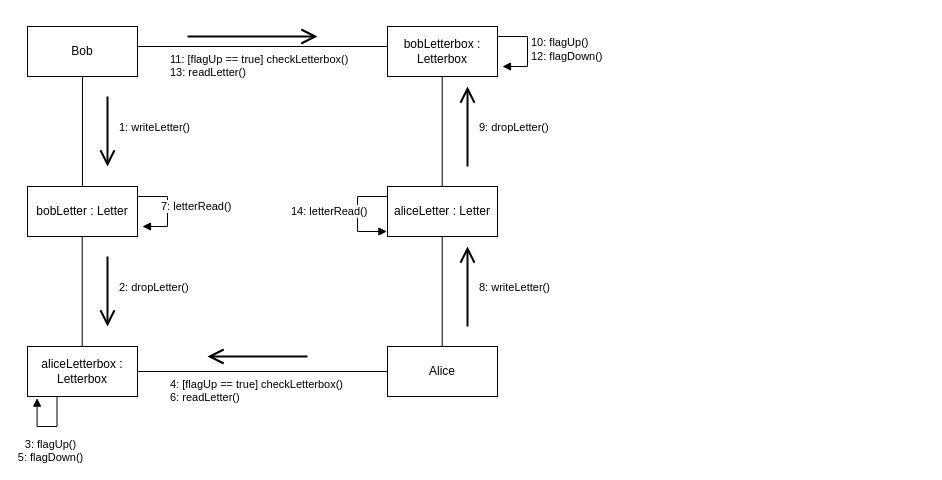
This is UML diagrams/Source files/4-communications-diagram.drawio from JoanneHelenMana/AT2-POR-Task-2, a draw.io file, before an edit. Source tidied: cells renumbered, new cells numbered last; positions are measured from the earlier drawing's top-left corner, leaving out a move shared by most shapes. Both pictures are drawn from the tidied source at 100%, with x=0, y=0 at pixel (27, 26).
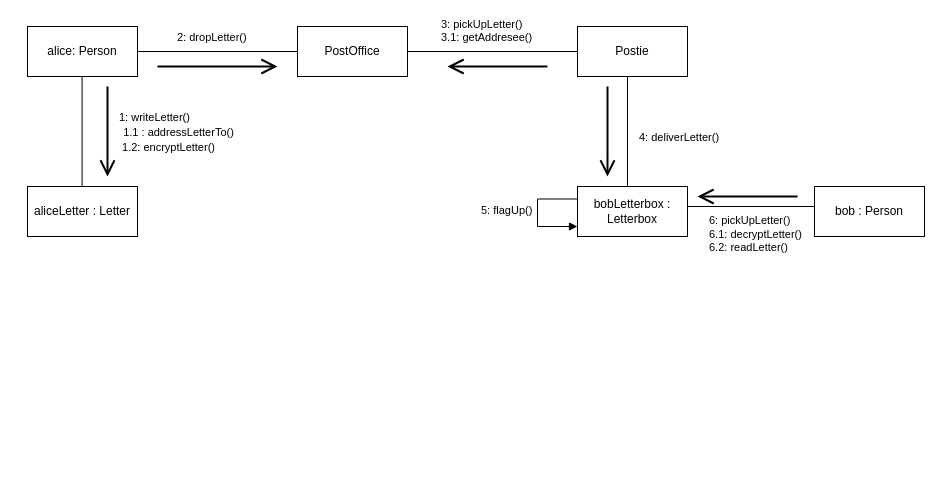
After the change.

Change to the diagram source:
```diff
@@
-    <mxCell id="2" value="Bob" style="html=1;whiteSpace=wrap;" parent="1" vertex="1">
+    <mxCell id="2" value="alice: Person" style="html=1;whiteSpace=wrap;" parent="1" vertex="1">
       <mxGeometry width="110" height="50" as="geometry" />
     </mxCell>
-    <mxCell id="3" value="bobLetter : Letter" style="html=1;whiteSpace=wrap;" parent="1" vertex="1">
+    <mxCell id="3" value="aliceLetter : Letter" style="html=1;whiteSpace=wrap;" parent="1" vertex="1">
       <mxGeometry y="160" width="110" height="50" as="geometry" />
     </mxCell>
-    <mxCell id="4" value="1: writeLetter()" style="endArrow=none;html=1;endSize=12;startArrow=none;startSize=14;startFill=0;edgeStyle=orthogonalEdgeStyle;align=left;verticalAlign=bottom;rounded=0;exitX=0.5;exitY=1;exitDx=0;exitDy=0;strokeColor=default;endFill=0;" parent="1" edge="1" source="2" target="3">
-      <mxGeometry x="0.09" y="35" relative="1" as="geometry" />
+    <mxCell id="4" value="1: writeLetter()" style="endArrow=none;html=1;endSize=12;startArrow=none;startSize=14;startFill=0;edgeStyle=orthogonalEdgeStyle;align=left;verticalAlign=bottom;rounded=0;exitX=0.5;exitY=1;exitDx=0;exitDy=0;strokeColor=default;endFill=0;" parent="1" edge="1">
+      <mxGeometry x="-0.09" y="35" relative="1" as="geometry">
+        <mxPoint x="54.6" y="50" as="sourcePoint" />
+        <mxPoint x="54.6" y="160" as="targetPoint" />
+      </mxGeometry>
     </mxCell>
-    <mxCell id="5" value="aliceLetterbox : Letterbox" style="html=1;whiteSpace=wrap;" parent="1" vertex="1">
-      <mxGeometry y="320" width="110" height="50" as="geometry" />
-    </mxCell>
-    <mxCell id="6" value="2: dropLetter()" style="endArrow=none;html=1;endSize=12;startArrow=none;startSize=14;startFill=0;edgeStyle=orthogonalEdgeStyle;align=left;verticalAlign=bottom;rounded=0;exitX=0.5;exitY=1;exitDx=0;exitDy=0;strokeColor=default;endFill=0;" parent="1" edge="1">
-      <mxGeometry x="0.09" y="35" relative="1" as="geometry">
-        <mxPoint x="54.7" y="210" as="sourcePoint" />
-        <mxPoint x="54.7" y="320" as="targetPoint" />
-      </mxGeometry>
-    </mxCell>
-    <mxCell id="7" value="Alice" style="html=1;whiteSpace=wrap;" parent="1" vertex="1">
-      <mxGeometry x="360" y="320" width="110" height="50" as="geometry" />
+    <mxCell id="7" value="bob : Person" style="html=1;whiteSpace=wrap;" parent="1" vertex="1">
+      <mxGeometry x="787" y="160" width="110" height="50" as="geometry" />
     </mxCell>
-    <mxCell id="8" value="4: [flagUp == true] checkLetterbox()&lt;br&gt;6: readLetter()" style="endArrow=none;html=1;endSize=12;startArrow=none;startSize=14;startFill=0;edgeStyle=orthogonalEdgeStyle;align=left;verticalAlign=bottom;rounded=0;strokeColor=default;endFill=0;entryX=0;entryY=0.5;entryDx=0;entryDy=0;" parent="1" edge="1" source="5" target="7">
-      <mxGeometry x="-0.75" y="-35" relative="1" as="geometry" />
+    <mxCell id="8" value="6: pickUpLetter()&lt;br&gt;6.1: decryptLetter()&lt;br&gt;6.2: readLetter()" style="endArrow=none;html=1;endSize=12;startArrow=none;startSize=14;startFill=0;edgeStyle=orthogonalEdgeStyle;align=left;verticalAlign=bottom;rounded=0;strokeColor=default;endFill=0;entryX=0;entryY=0.5;entryDx=0;entryDy=0;" parent="1" edge="1" source="17" target="7">
+      <mxGeometry x="-0.7" y="-50" relative="1" as="geometry">
+        <Array as="points">
+          <mxPoint x="787" y="180" />
+        </Array>
+      </mxGeometry>
     </mxCell>
-    <mxCell id="9" value="3: flagUp()&lt;br&gt;5: flagDown()" style="html=1;verticalAlign=bottom;endArrow=block;edgeStyle=elbowEdgeStyle;elbow=vertical;curved=0;rounded=0;exitX=0.25;exitY=1;exitDx=0;exitDy=0;entryX=0.087;entryY=1.032;entryDx=0;entryDy=0;entryPerimeter=0;endFill=1;" parent="1" edge="1" target="5">
-      <mxGeometry x="-0.06" y="40" relative="1" as="geometry">
-        <mxPoint x="29.5" y="370" as="sourcePoint" />
-        <Array as="points">
-          <mxPoint x="20" y="400" />
-        </Array>
-      </mxGeometry>
-    </mxCell>
     <mxCell id="10" style="endArrow=open;endFill=1;endSize=12;html=1;rounded=0;strokeWidth=2;" parent="1" edge="1">
       <mxGeometry relative="1" as="geometry">
-        <mxPoint x="80" y="70" as="sourcePoint" />
-        <mxPoint x="80" y="140" as="targetPoint" />
+        <mxPoint x="80" y="60" as="sourcePoint" />
+        <mxPoint x="80" y="150" as="targetPoint" />
       </mxGeometry>
     </mxCell>
-    <mxCell id="11" style="endArrow=open;endFill=1;endSize=12;html=1;rounded=0;strokeWidth=2;" parent="1" edge="1">
-      <mxGeometry relative="1" as="geometry">
-        <mxPoint x="80" y="230" as="sourcePoint" />
-        <mxPoint x="80" y="300" as="targetPoint" />
-      </mxGeometry>
-    </mxCell>
-    <mxCell id="12" style="endArrow=open;endFill=1;endSize=12;html=1;rounded=0;strokeWidth=2;" parent="1" edge="1">
-      <mxGeometry relative="1" as="geometry">
-        <mxPoint x="280" y="330" as="sourcePoint" />
-        <mxPoint x="180" y="330" as="targetPoint" />
-      </mxGeometry>
-    </mxCell>
+    <mxCell id="24" value="1.1 : addressLetterTo()" style="edgeLabel;html=1;align=center;verticalAlign=middle;" parent="10" vertex="1">
+      <mxGeometry y="2" relative="1" as="geometry">
+        <mxPoint x="68" as="offset" />
+      </mxGeometry>
+    </mxCell>
+    <mxCell id="25" value="1.2: encryptLetter()" style="edgeLabel;html=1;align=center;verticalAlign=middle;" parent="10" vertex="1">
+      <mxGeometry x="-0.13" relative="1" as="geometry">
+        <mxPoint x="60" y="21" as="offset" />
+      </mxGeometry>
+    </mxCell>
-    <mxCell id="13" value="7: letterRead()" style="html=1;align=left;spacingLeft=2;endArrow=block;rounded=0;edgeStyle=orthogonalEdgeStyle;curved=0;rounded=0;" parent="1" edge="1">
-      <mxGeometry x="-0.06" y="-10" relative="1" as="geometry">
-        <mxPoint x="110" y="170" as="sourcePoint" />
-        <mxPoint x="115" y="200" as="targetPoint" />
+    <mxCell id="13" value="5: flagUp()" style="html=1;align=left;spacingLeft=2;endArrow=block;rounded=0;edgeStyle=orthogonalEdgeStyle;curved=0;rounded=0;exitX=0;exitY=0.25;exitDx=0;exitDy=0;" parent="1" edge="1" source="17" target="17">
+      <mxGeometry x="-0.05" y="-60" relative="1" as="geometry">
         <Array as="points">
-          <mxPoint x="140" y="200" />
+          <mxPoint x="510" y="173" />
+          <mxPoint x="510" y="200" />
         </Array>
       </mxGeometry>
     </mxCell>
-    <mxCell id="14" value="aliceLetter : Letter" style="html=1;whiteSpace=wrap;" parent="1" vertex="1">
-      <mxGeometry x="360" y="160" width="110" height="50" as="geometry" />
-    </mxCell>
-    <mxCell id="15" value="8: writeLetter()" style="endArrow=none;html=1;endSize=12;startArrow=none;startSize=14;startFill=0;edgeStyle=orthogonalEdgeStyle;align=left;verticalAlign=bottom;rounded=0;exitX=0.5;exitY=1;exitDx=0;exitDy=0;strokeColor=default;endFill=0;" parent="1" edge="1">
-      <mxGeometry x="0.09" y="35" relative="1" as="geometry">
-        <mxPoint x="414.7" y="210" as="sourcePoint" />
-        <mxPoint x="414.7" y="320" as="targetPoint" />
-      </mxGeometry>
-    </mxCell>
-    <mxCell id="16" style="endArrow=open;endFill=1;endSize=12;html=1;rounded=0;strokeWidth=2;" parent="1" edge="1">
-      <mxGeometry relative="1" as="geometry">
-        <mxPoint x="440" y="300" as="sourcePoint" />
-        <mxPoint x="440" y="220" as="targetPoint" />
-      </mxGeometry>
-    </mxCell>
     <mxCell id="17" value="bobLetterbox : Letterbox" style="html=1;whiteSpace=wrap;" parent="1" vertex="1">
-      <mxGeometry x="360" width="110" height="50" as="geometry" />
+      <mxGeometry x="550" y="160" width="110" height="50" as="geometry" />
     </mxCell>
-    <mxCell id="18" value="9: dropLetter()" style="endArrow=none;html=1;endSize=12;startArrow=none;startSize=14;startFill=0;edgeStyle=orthogonalEdgeStyle;align=left;verticalAlign=bottom;rounded=0;exitX=0.5;exitY=1;exitDx=0;exitDy=0;strokeColor=default;endFill=0;" parent="1" edge="1">
-      <mxGeometry x="0.09" y="35" relative="1" as="geometry">
-        <mxPoint x="414.7" y="50" as="sourcePoint" />
-        <mxPoint x="414.7" y="160" as="targetPoint" />
+    <mxCell id="18" value="4: deliverLetter()" style="endArrow=none;html=1;endSize=12;startArrow=none;startSize=14;startFill=0;edgeStyle=orthogonalEdgeStyle;align=left;verticalAlign=bottom;rounded=0;exitX=0.5;exitY=1;exitDx=0;exitDy=0;strokeColor=default;endFill=0;" parent="1" edge="1">
+      <mxGeometry x="0.27" y="10" relative="1" as="geometry">
+        <mxPoint x="600" y="50" as="sourcePoint" />
+        <mxPoint x="600" y="160" as="targetPoint" />
       </mxGeometry>
     </mxCell>
-    <mxCell id="19" style="endArrow=open;endFill=1;endSize=12;html=1;rounded=0;strokeWidth=2;" parent="1" edge="1">
-      <mxGeometry relative="1" as="geometry">
-        <mxPoint x="440" y="140" as="sourcePoint" />
-        <mxPoint x="440" y="60" as="targetPoint" />
-      </mxGeometry>
-    </mxCell>
-    <mxCell id="20" value="11: [flagUp == true] checkLetterbox()&lt;br&gt;13: readLetter()" style="endArrow=none;html=1;endSize=12;startArrow=none;startSize=14;startFill=0;edgeStyle=orthogonalEdgeStyle;align=left;verticalAlign=bottom;rounded=0;strokeColor=default;endFill=0;entryX=0;entryY=0.5;entryDx=0;entryDy=0;" parent="1" edge="1">
-      <mxGeometry x="-0.75" y="-35" relative="1" as="geometry">
-        <mxPoint x="110" y="20" as="sourcePoint" />
-        <mxPoint x="360" y="20" as="targetPoint" />
-      </mxGeometry>
-    </mxCell>
-    <mxCell id="21" style="endArrow=open;endFill=1;endSize=12;html=1;rounded=0;strokeWidth=2;" parent="1" edge="1">
-      <mxGeometry relative="1" as="geometry">
-        <mxPoint x="160" y="10" as="sourcePoint" />
-        <mxPoint x="290" y="10" as="targetPoint" />
-      </mxGeometry>
-    </mxCell>
-    <mxCell id="22" value="14: letterRead()" style="html=1;align=left;spacingLeft=2;endArrow=block;rounded=0;edgeStyle=orthogonalEdgeStyle;curved=0;rounded=0;exitX=0;exitY=0.2;exitDx=0;exitDy=0;exitPerimeter=0;entryX=-0.005;entryY=0.9;entryDx=0;entryDy=0;entryPerimeter=0;" parent="1" edge="1" source="14" target="14">
-      <mxGeometry x="-0.05" y="-70" relative="1" as="geometry">
-        <Array as="points">
-          <mxPoint x="330" y="170" />
-          <mxPoint x="330" y="205" />
-        </Array>
-      </mxGeometry>
-    </mxCell>
-    <mxCell id="23" value="10: flagUp()&lt;br&gt;12: flagDown()" style="html=1;align=left;spacingLeft=2;endArrow=block;rounded=0;edgeStyle=orthogonalEdgeStyle;curved=0;rounded=0;" parent="1" edge="1">
-      <mxGeometry x="0.01" relative="1" as="geometry">
-        <mxPoint x="470" y="10" as="sourcePoint" />
-        <mxPoint x="475" y="40" as="targetPoint" />
-        <Array as="points">
-          <mxPoint x="500" y="40" />
-        </Array>
-      </mxGeometry>
-    </mxCell>
+    <mxCell id="26" value="PostOffice" style="html=1;whiteSpace=wrap;" parent="1" vertex="1">
+      <mxGeometry x="270" width="110" height="50" as="geometry" />
+    </mxCell>
+    <mxCell id="27" value="Postie" style="html=1;whiteSpace=wrap;" parent="1" vertex="1">
+      <mxGeometry x="550" width="110" height="50" as="geometry" />
+    </mxCell>
+    <mxCell id="28" value="3: pickUpLetter()&lt;br&gt;3.1: getAddresee()" style="endArrow=none;html=1;endSize=12;startArrow=none;startSize=14;startFill=0;edgeStyle=orthogonalEdgeStyle;align=left;verticalAlign=bottom;rounded=0;exitX=1;exitY=0.5;exitDx=0;exitDy=0;strokeColor=default;endFill=0;entryX=0;entryY=0.5;entryDx=0;entryDy=0;" parent="1" edge="1" source="26" target="27">
+      <mxGeometry x="-0.62" y="5" relative="1" as="geometry" />
+    </mxCell>
+    <mxCell id="6" value="2: dropLetter()" style="endArrow=none;html=1;endSize=12;startArrow=none;startSize=14;startFill=0;edgeStyle=orthogonalEdgeStyle;align=left;verticalAlign=bottom;rounded=0;strokeColor=default;endFill=0;entryX=0;entryY=0.5;entryDx=0;entryDy=0;" parent="1" edge="1" source="2" target="26">
+      <mxGeometry x="-0.53" y="5" relative="1" as="geometry" />
+    </mxCell>
+    <mxCell id="29" style="endArrow=open;endFill=1;endSize=12;html=1;rounded=0;strokeWidth=2;" parent="1" edge="1">
+      <mxGeometry relative="1" as="geometry">
+        <mxPoint x="130" y="40" as="sourcePoint" />
+        <mxPoint x="250" y="40" as="targetPoint" />
+      </mxGeometry>
+    </mxCell>
+    <mxCell id="30" style="endArrow=open;endFill=1;endSize=12;html=1;rounded=0;strokeWidth=2;" parent="1" edge="1">
+      <mxGeometry relative="1" as="geometry">
+        <mxPoint x="520" y="40" as="sourcePoint" />
+        <mxPoint x="420" y="40" as="targetPoint" />
+      </mxGeometry>
+    </mxCell>
+    <mxCell id="31" style="endArrow=open;endFill=1;endSize=12;html=1;rounded=0;strokeWidth=2;" parent="1" edge="1">
+      <mxGeometry relative="1" as="geometry">
+        <mxPoint x="770" y="170" as="sourcePoint" />
+        <mxPoint x="670" y="170" as="targetPoint" />
+      </mxGeometry>
+    </mxCell>
+    <mxCell id="32" style="endArrow=open;endFill=1;endSize=12;html=1;rounded=0;strokeWidth=2;" parent="1" edge="1">
+      <mxGeometry relative="1" as="geometry">
+        <mxPoint x="580" y="60" as="sourcePoint" />
+        <mxPoint x="580" y="150" as="targetPoint" />
+      </mxGeometry>
+    </mxCell>
```
